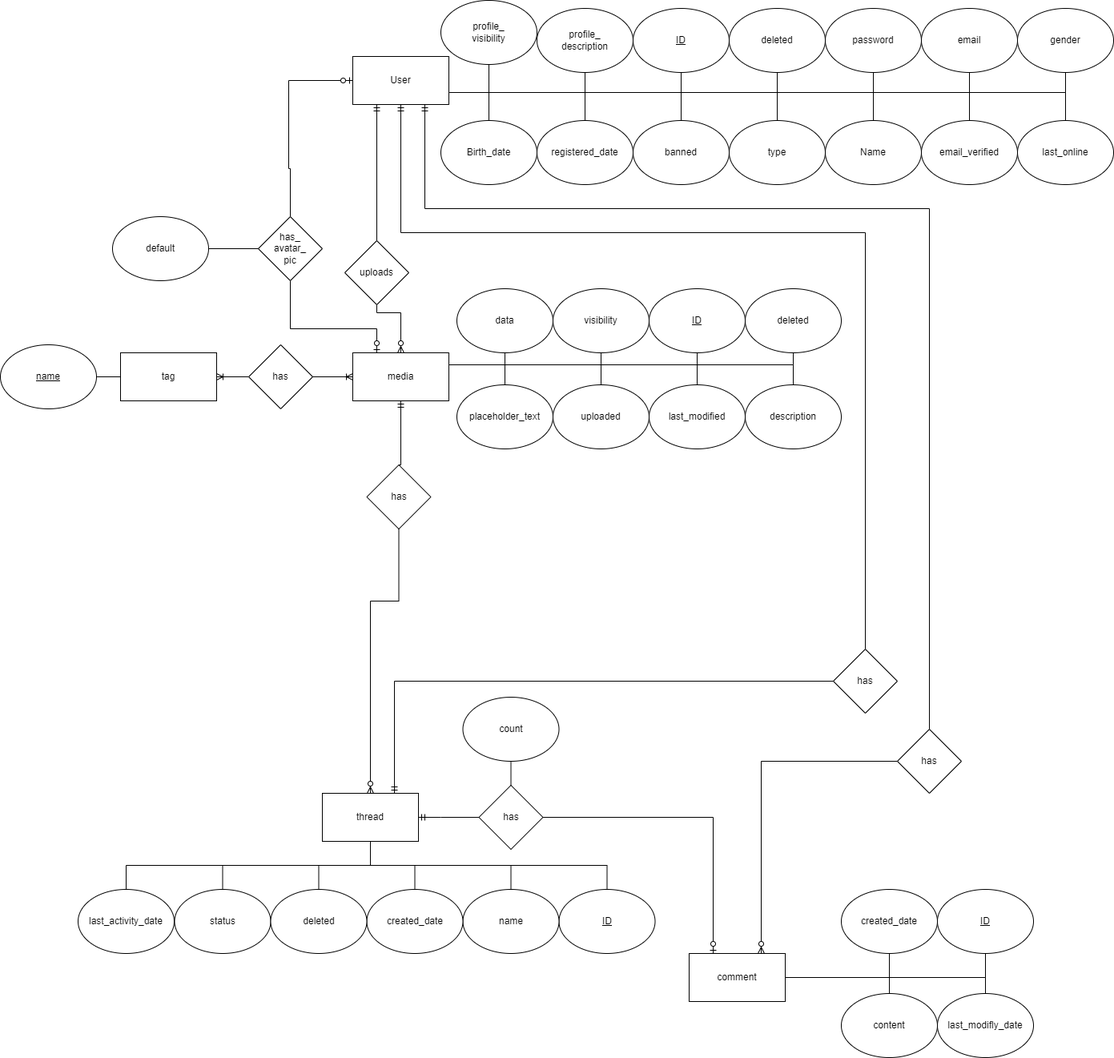
gombosg21/vizsgaremek keeps this draw.io diagram as docs/dev/db/img/visual_posting_db_er_phase_02.drawio.png. Above is the earlier version. Source tidied: cells renumbered, new cells last; positions are measured from the earlier drawing's top-left corner, leaving out a move shared by most shapes.
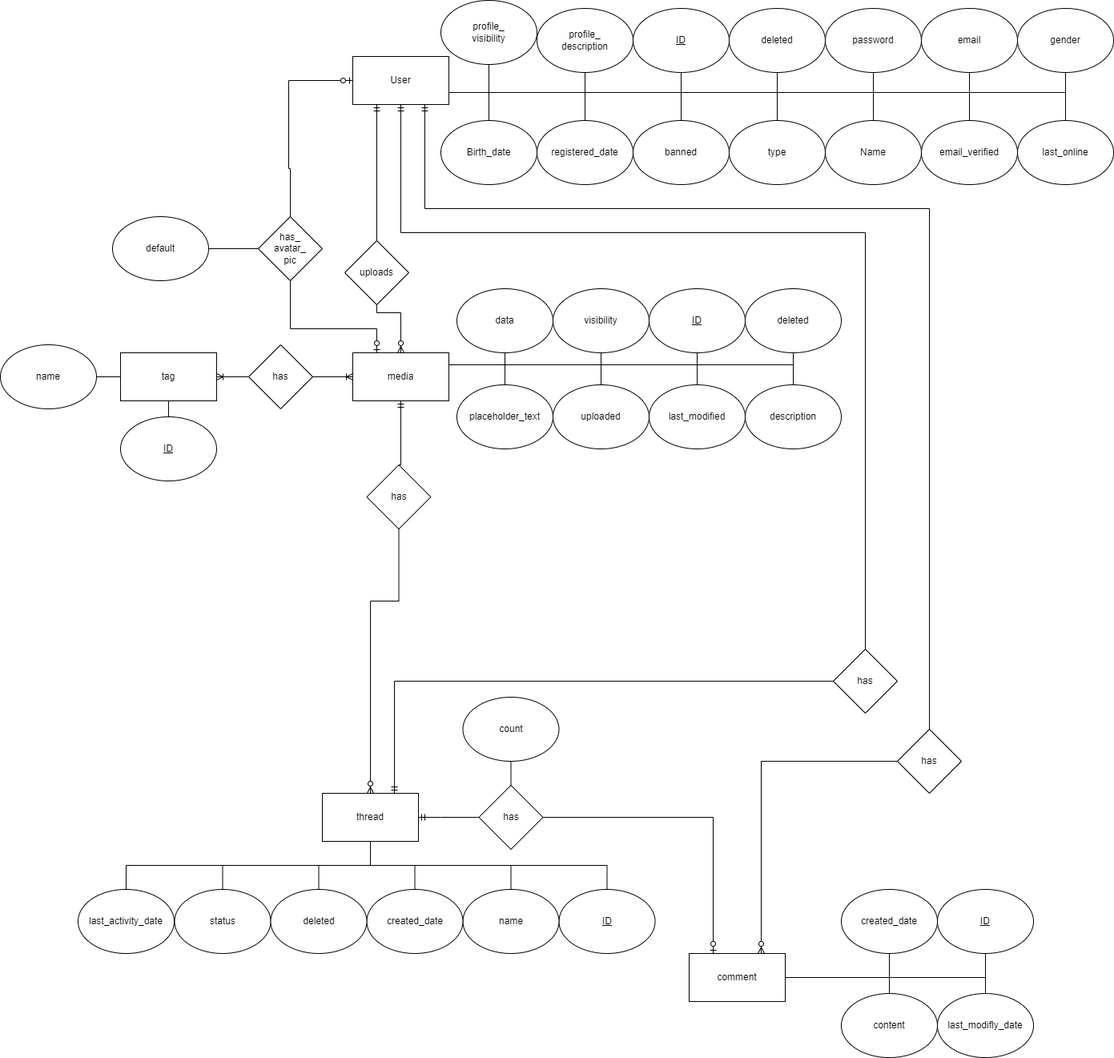
After the commit.

The edit, as a diff of the source:
```diff
@@ -186,7 +186,7 @@
         </Array>
       </mxGeometry>
     </mxCell>
-    <mxCell id="48" value="&lt;u&gt;name&lt;/u&gt;" style="ellipse;whiteSpace=wrap;html=1;" parent="1" vertex="1">
+    <mxCell id="48" value="name" style="ellipse;whiteSpace=wrap;html=1;" parent="1" vertex="1">
       <mxGeometry y="430" width="120" height="80" as="geometry" />
     </mxCell>
     <mxCell id="49" style="edgeStyle=orthogonalEdgeStyle;rounded=0;jettySize=auto;html=1;exitX=0.5;exitY=1;exitDx=0;exitDy=0;startArrow=none;startFill=0;endArrow=none;endFill=0;entryX=1;entryY=0.75;entryDx=0;entryDy=0;" parent="1" edge="1" source="50" target="4">
@@ -421,5 +421,11 @@
     <mxCell id="98" value="gender" style="ellipse;whiteSpace=wrap;html=1;" parent="1" vertex="1">
       <mxGeometry x="1270" y="10" width="120" height="80" as="geometry" />
     </mxCell>
+    <mxCell id="99" style="edgeStyle=orthogonalEdgeStyle;rounded=0;jettySize=auto;html=1;exitX=0.5;exitY=0;exitDx=0;exitDy=0;endArrow=none;endFill=0;" parent="1" edge="1" source="100" target="46">
+      <mxGeometry relative="1" as="geometry" />
+    </mxCell>
+    <mxCell id="100" value="&lt;u&gt;ID&lt;/u&gt;" style="ellipse;whiteSpace=wrap;html=1;" parent="1" vertex="1">
+      <mxGeometry x="150" y="520" width="120" height="80" as="geometry" />
+    </mxCell>
   </root>
 </mxGraphModel>
```
